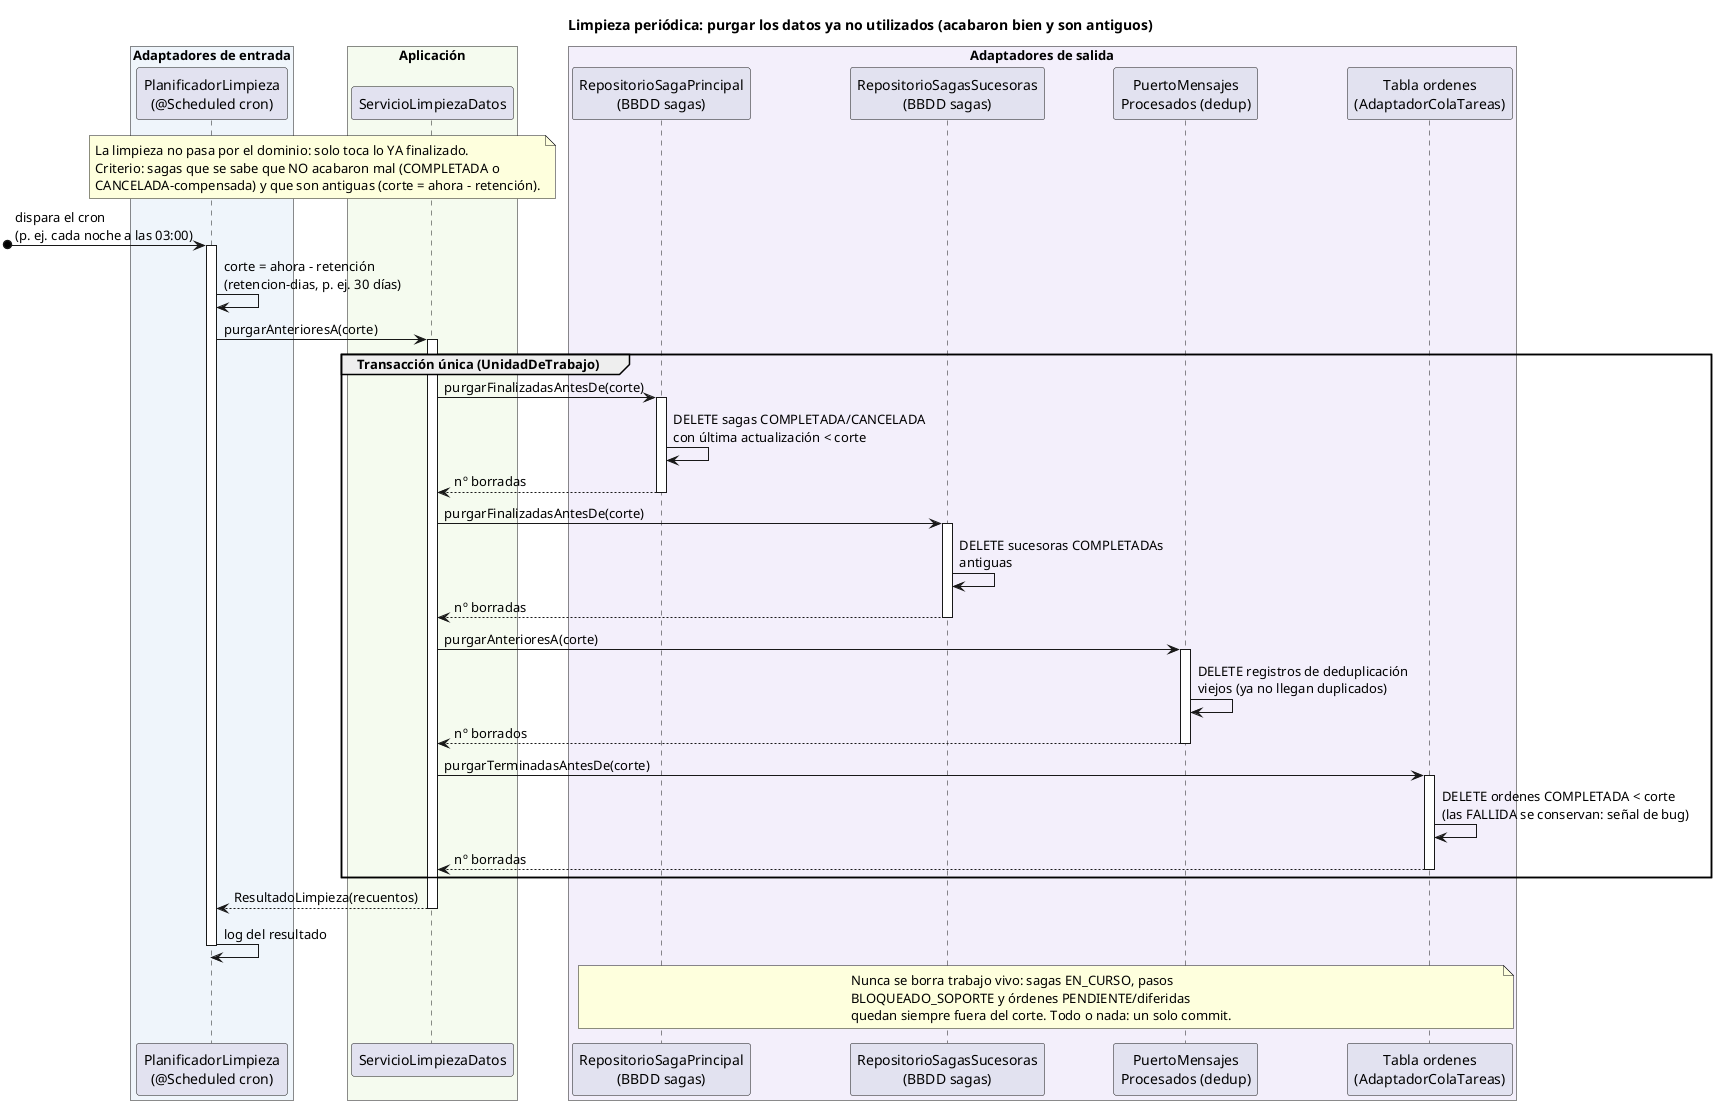
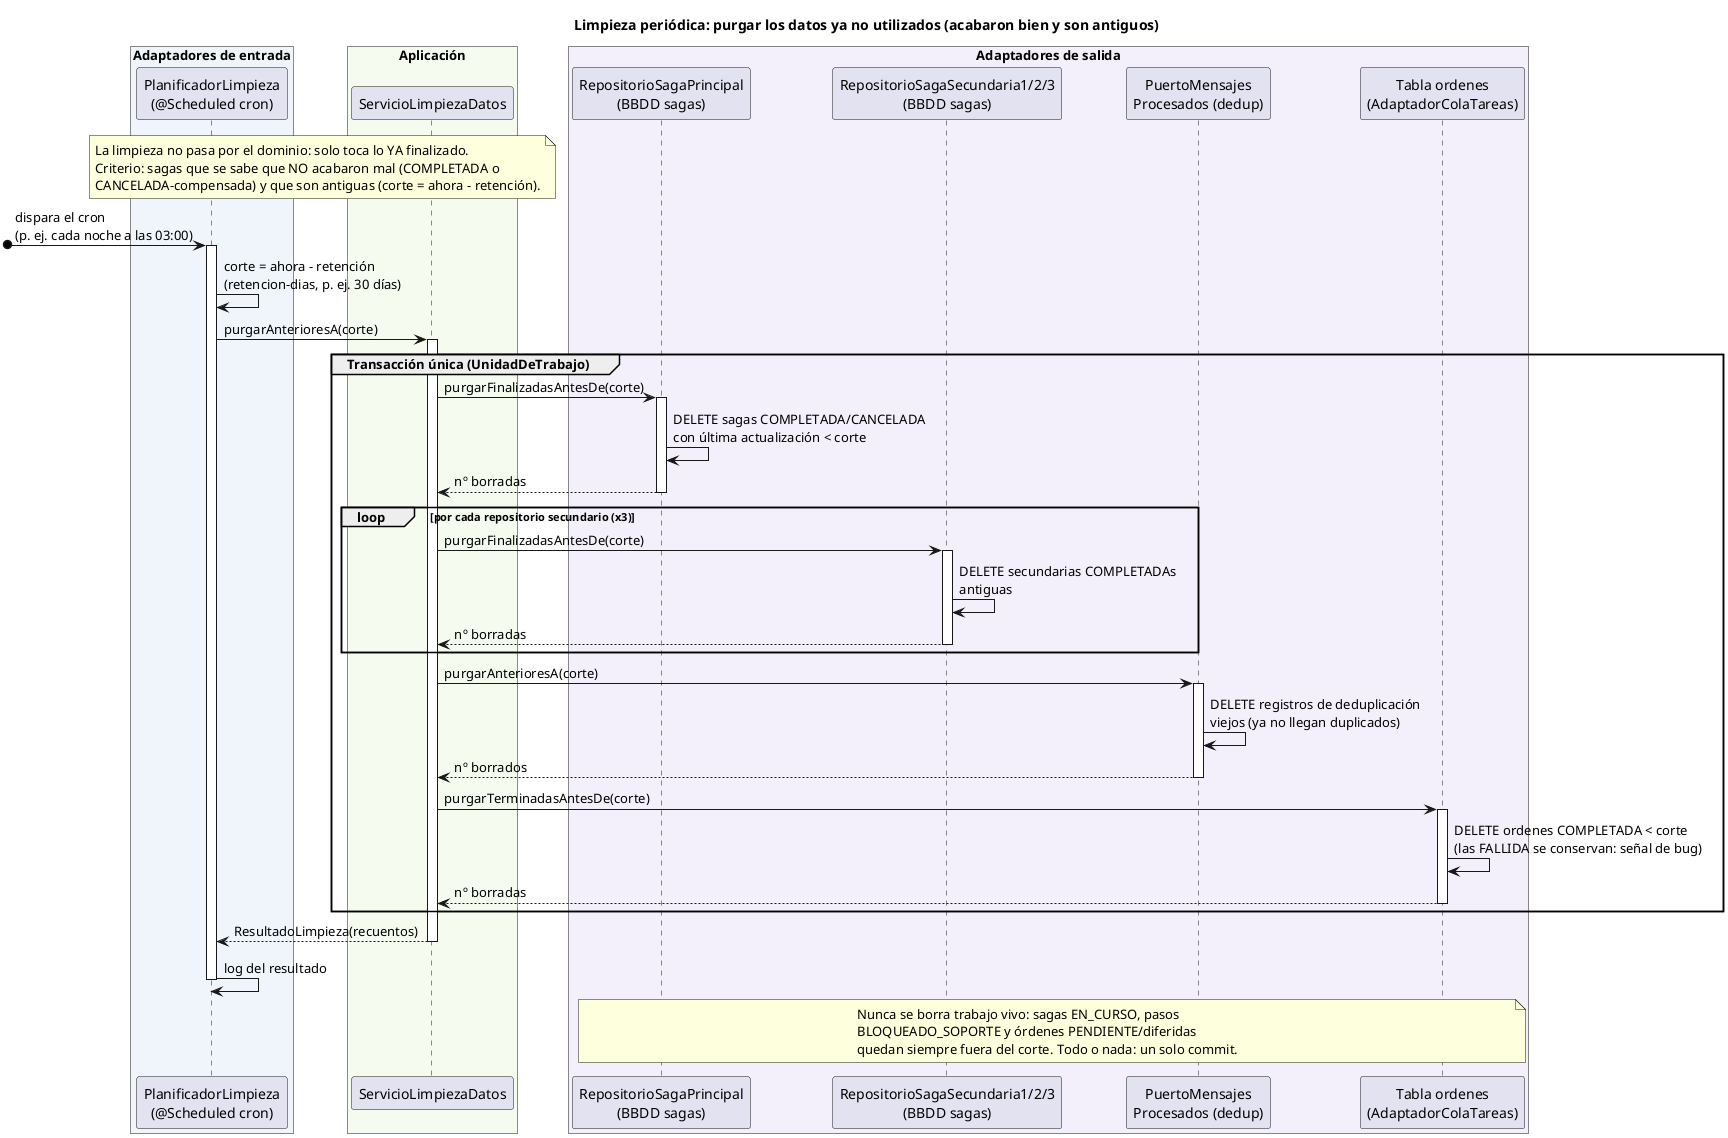
@startuml 09-limpieza-datos
title Limpieza periódica: purgar los datos ya no utilizados (acabaron bien y son antiguos)

box "Adaptadores de entrada" #EFF5FB
  participant "PlanificadorLimpieza\n(@Scheduled cron)" as PLAN
end box
box "Aplicación" #F5FBEF
  participant "ServicioLimpiezaDatos" as LIMP
end box
box "Adaptadores de salida" #F3EFFB
  participant "RepositorioSagaPrincipal\n(BBDD sagas)" as REPO
-   participant "RepositorioSagasSucesoras\n(BBDD sagas)" as REPOS
+   participant "RepositorioSagaSecundaria1/2/3\n(BBDD sagas)" as REPOS
  participant "PuertoMensajes\nProcesados (dedup)" as DEDUP
  participant "Tabla ordenes\n(AdaptadorColaTareas)" as ORD
end box

note over PLAN, LIMP
  La limpieza no pasa por el dominio: solo toca lo YA finalizado.
  Criterio: sagas que se sabe que NO acabaron mal (COMPLETADA o
  CANCELADA-compensada) y que son antiguas (corte = ahora - retención).
end note

[o-> PLAN : dispara el cron\n(p. ej. cada noche a las 03:00)
activate PLAN
PLAN -> PLAN : corte = ahora - retención\n(retencion-dias, p. ej. 30 días)
PLAN -> LIMP ++ : purgarAnterioresA(corte)

group Transacción única (UnidadDeTrabajo)
  LIMP -> REPO ++ : purgarFinalizadasAntesDe(corte)
  REPO -> REPO : DELETE sagas COMPLETADA/CANCELADA\ncon última actualización < corte
  return nº borradas
-   LIMP -> REPOS ++ : purgarFinalizadasAntesDe(corte)
-   REPOS -> REPOS : DELETE sucesoras COMPLETADAs\nantiguas
-   return nº borradas
+   loop por cada repositorio secundario (x3)
+     LIMP -> REPOS ++ : purgarFinalizadasAntesDe(corte)
+     REPOS -> REPOS : DELETE secundarias COMPLETADAs\nantiguas
+     return nº borradas
+   end
  LIMP -> DEDUP ++ : purgarAnterioresA(corte)
  DEDUP -> DEDUP : DELETE registros de deduplicación\nviejos (ya no llegan duplicados)
  return nº borrados
  LIMP -> ORD ++ : purgarTerminadasAntesDe(corte)
  ORD -> ORD : DELETE ordenes COMPLETADA < corte\n(las FALLIDA se conservan: señal de bug)
  return nº borradas
end

return ResultadoLimpieza(recuentos)
PLAN -> PLAN : log del resultado
deactivate PLAN

note over REPO, ORD
  Nunca se borra trabajo vivo: sagas EN_CURSO, pasos
  BLOQUEADO_SOPORTE y órdenes PENDIENTE/diferidas
  quedan siempre fuera del corte. Todo o nada: un solo commit.
end note
@enduml
